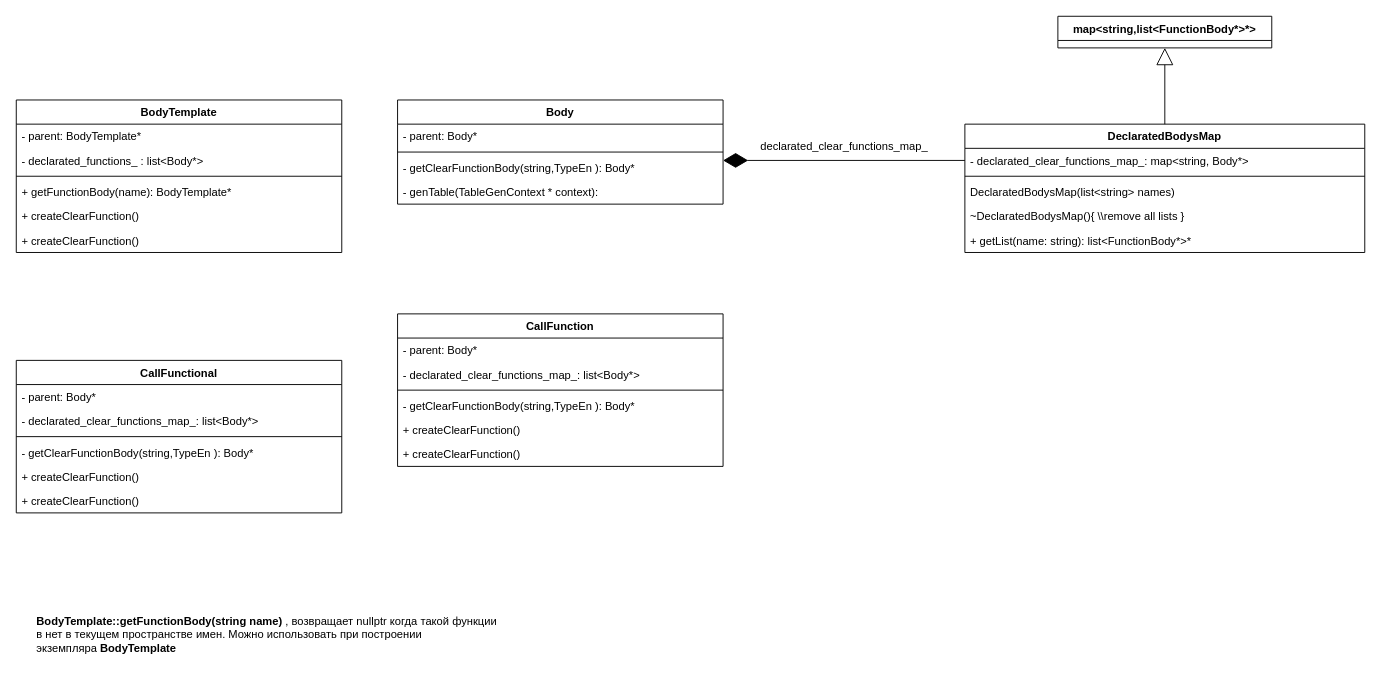
savvakonst/express_ex keeps this draw.io diagram as temp.drawio. Above is the earlier version. Source tidied: cells renumbered, new cells numbered last; positions are measured from the earlier drawing's top-left corner, leaving out a move shared by most shapes. Both pictures are drawn from the tidied source at 93%, with x=0, y=0 at pixel (16, 16).
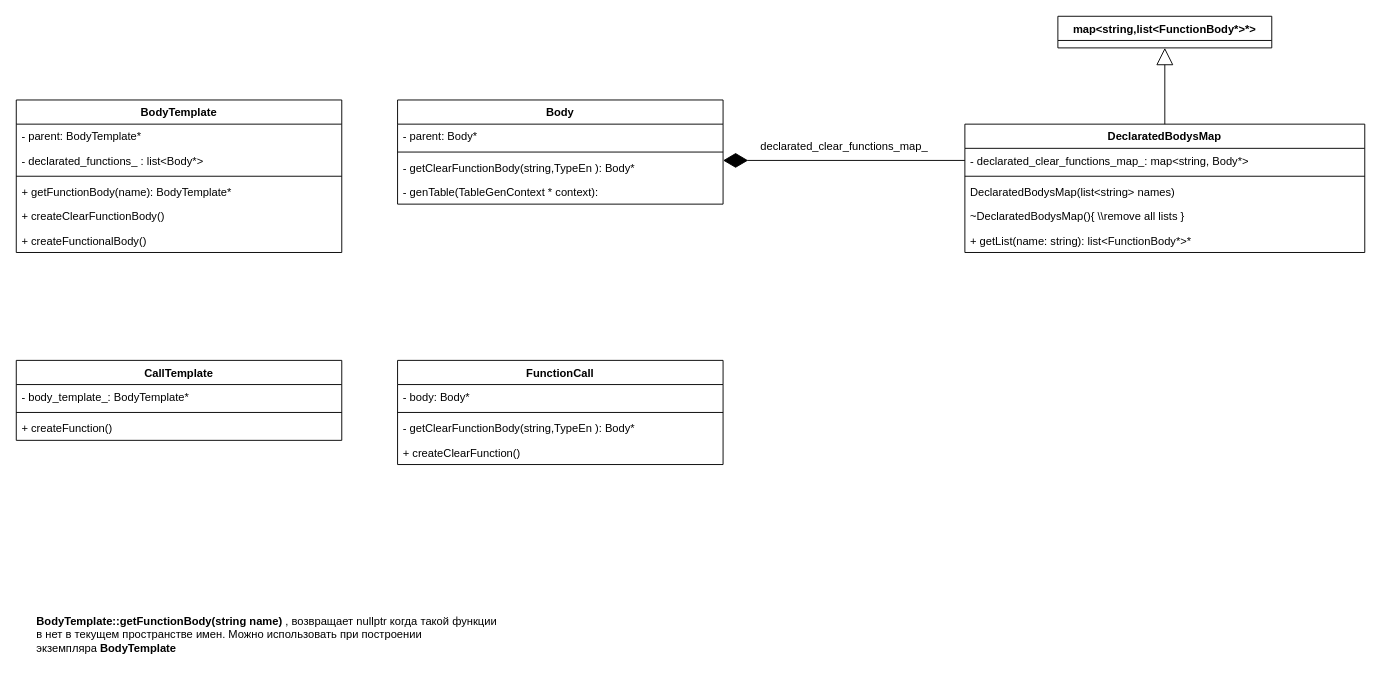
After the change.

The change refers to these unchanged cells:
```xml
<mxCell id="3" value="BodyTemplate" style="swimlane;fontStyle=1;align=center;verticalAlign=top;horizontal=1;startSize=26;" parent="1" vertex="1">
  <mxGeometry y="90" width="350" height="164" as="geometry" />
</mxCell>
```

What changed in the source:
```diff
@@
-    <mxCell id="8" value="+ createClearFunction()" style="text;strokeColor=none;fillColor=none;align=left;verticalAlign=top;spacingLeft=4;spacingRight=4;overflow=hidden;" parent="3" vertex="1">
+    <mxCell id="8" value="+ createClearFunctionBody()" style="text;strokeColor=none;fillColor=none;align=left;verticalAlign=top;spacingLeft=4;spacingRight=4;overflow=hidden;" parent="3" vertex="1">
       <mxGeometry y="112" width="350" height="26" as="geometry" />
     </mxCell>
-    <mxCell id="9" value="+ createClearFunction()" style="text;strokeColor=none;fillColor=none;align=left;verticalAlign=top;spacingLeft=4;spacingRight=4;overflow=hidden;" parent="3" vertex="1">
-      <mxGeometry y="138" width="350" height="26" as="geometry" />
-    </mxCell>
+    <mxCell id="38" value="+ createFunctionalBody()" style="text;strokeColor=none;fillColor=none;align=left;verticalAlign=top;spacingLeft=4;spacingRight=4;overflow=hidden;" parent="3" vertex="1">
+      <mxGeometry y="138" width="350" height="26" as="geometry" />
+    </mxCell>
@@
-    <mxCell id="15" value="CallFunction" style="swimlane;fontStyle=1;align=center;verticalAlign=top;horizontal=1;startSize=26;" parent="1" vertex="1">
-      <mxGeometry x="410" y="320" width="350" height="164" as="geometry" />
+    <mxCell id="15" value="FunctionCall" style="swimlane;fontStyle=1;align=center;verticalAlign=top;horizontal=1;startSize=26;" parent="1" vertex="1">
+      <mxGeometry x="410" y="370" width="350" height="112" as="geometry" />
     </mxCell>
-    <mxCell id="16" value="- parent: Body*" style="text;strokeColor=none;fillColor=none;align=left;verticalAlign=top;spacingLeft=4;spacingRight=4;overflow=hidden;" parent="15" vertex="1">
+    <mxCell id="16" value="- body: Body*" style="text;strokeColor=none;fillColor=none;align=left;verticalAlign=top;spacingLeft=4;spacingRight=4;overflow=hidden;" parent="15" vertex="1">
       <mxGeometry y="26" width="350" height="26" as="geometry" />
     </mxCell>
-    <mxCell id="17" value="- declarated_clear_functions_map_: list&lt;Body*&gt;" style="text;strokeColor=none;fillColor=none;align=left;verticalAlign=top;spacingLeft=4;spacingRight=4;overflow=hidden;" parent="15" vertex="1">
-      <mxGeometry y="52" width="350" height="26" as="geometry" />
-    </mxCell>
     <mxCell id="18" style="line;strokeWidth=1;fillColor=none;align=left;verticalAlign=middle;spacingTop=-1;spacingLeft=3;spacingRight=3;labelPosition=right;" parent="15" vertex="1">
-      <mxGeometry y="78" width="350" height="8" as="geometry" />
+      <mxGeometry y="52" width="350" height="8" as="geometry" />
     </mxCell>
     <mxCell id="19" value="- getClearFunctionBody(string,TypeEn ): Body*" style="text;strokeColor=none;fillColor=none;align=left;verticalAlign=top;spacingLeft=4;spacingRight=4;overflow=hidden;" parent="15" vertex="1">
-      <mxGeometry y="86" width="350" height="26" as="geometry" />
+      <mxGeometry y="60" width="350" height="26" as="geometry" />
     </mxCell>
     <mxCell id="20" value="+ createClearFunction()" style="text;strokeColor=none;fillColor=none;align=left;verticalAlign=top;spacingLeft=4;spacingRight=4;overflow=hidden;" parent="15" vertex="1">
-      <mxGeometry y="112" width="350" height="26" as="geometry" />
+      <mxGeometry y="86" width="350" height="26" as="geometry" />
     </mxCell>
-    <mxCell id="21" value="+ createClearFunction()" style="text;strokeColor=none;fillColor=none;align=left;verticalAlign=top;spacingLeft=4;spacingRight=4;overflow=hidden;" parent="15" vertex="1">
-      <mxGeometry y="138" width="350" height="26" as="geometry" />
-    </mxCell>
-    <mxCell id="22" value="CallFunctional" style="swimlane;fontStyle=1;align=center;verticalAlign=top;horizontal=1;startSize=26;" parent="1" vertex="1">
-      <mxGeometry y="370" width="350" height="164" as="geometry" />
+    <mxCell id="22" value="CallTemplate" style="swimlane;fontStyle=1;align=center;verticalAlign=top;horizontal=1;startSize=26;" parent="1" vertex="1">
+      <mxGeometry y="370" width="350" height="86" as="geometry" />
     </mxCell>
-    <mxCell id="23" value="- parent: Body*" style="text;strokeColor=none;fillColor=none;align=left;verticalAlign=top;spacingLeft=4;spacingRight=4;overflow=hidden;" parent="22" vertex="1">
+    <mxCell id="23" value="- body_template_: BodyTemplate*" style="text;strokeColor=none;fillColor=none;align=left;verticalAlign=top;spacingLeft=4;spacingRight=4;overflow=hidden;" parent="22" vertex="1">
       <mxGeometry y="26" width="350" height="26" as="geometry" />
     </mxCell>
-    <mxCell id="24" value="- declarated_clear_functions_map_: list&lt;Body*&gt;" style="text;strokeColor=none;fillColor=none;align=left;verticalAlign=top;spacingLeft=4;spacingRight=4;overflow=hidden;" parent="22" vertex="1">
-      <mxGeometry y="52" width="350" height="26" as="geometry" />
-    </mxCell>
     <mxCell id="25" style="line;strokeWidth=1;fillColor=none;align=left;verticalAlign=middle;spacingTop=-1;spacingLeft=3;spacingRight=3;labelPosition=right;" parent="22" vertex="1">
-      <mxGeometry y="78" width="350" height="8" as="geometry" />
+      <mxGeometry y="52" width="350" height="8" as="geometry" />
     </mxCell>
-    <mxCell id="26" value="- getClearFunctionBody(string,TypeEn ): Body*" style="text;strokeColor=none;fillColor=none;align=left;verticalAlign=top;spacingLeft=4;spacingRight=4;overflow=hidden;" parent="22" vertex="1">
-      <mxGeometry y="86" width="350" height="26" as="geometry" />
-    </mxCell>
-    <mxCell id="27" value="+ createClearFunction()" style="text;strokeColor=none;fillColor=none;align=left;verticalAlign=top;spacingLeft=4;spacingRight=4;overflow=hidden;" parent="22" vertex="1">
-      <mxGeometry y="112" width="350" height="26" as="geometry" />
+    <mxCell id="27" value="+ createFunction()" style="text;strokeColor=none;fillColor=none;align=left;verticalAlign=top;spacingLeft=4;spacingRight=4;overflow=hidden;" parent="22" vertex="1">
+      <mxGeometry y="60" width="350" height="26" as="geometry" />
     </mxCell>
-    <mxCell id="28" value="+ createClearFunction()" style="text;strokeColor=none;fillColor=none;align=left;verticalAlign=top;spacingLeft=4;spacingRight=4;overflow=hidden;" parent="22" vertex="1">
-      <mxGeometry y="138" width="350" height="26" as="geometry" />
-    </mxCell>
```
